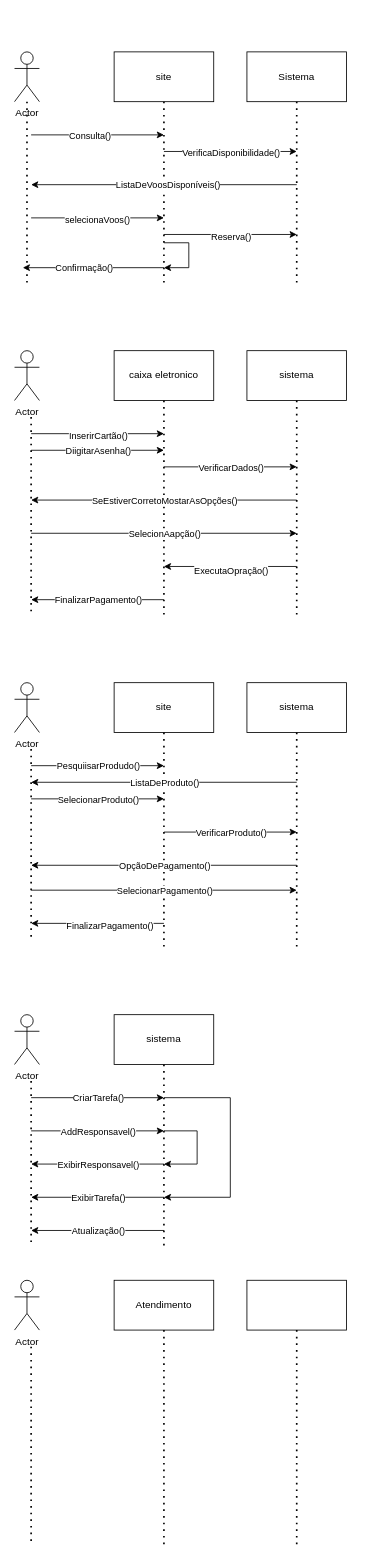
Earlier version of the draw.io diagram Diagrama sem nome.drawio (VTS2/aula22). Source tidied: cells renumbered, new cells numbered last; positions are measured from the earlier drawing's top-left corner, leaving out a move shared by most shapes. Both pictures are drawn from the tidied source at 83%, with x=0, y=0 at pixel (14, 51).
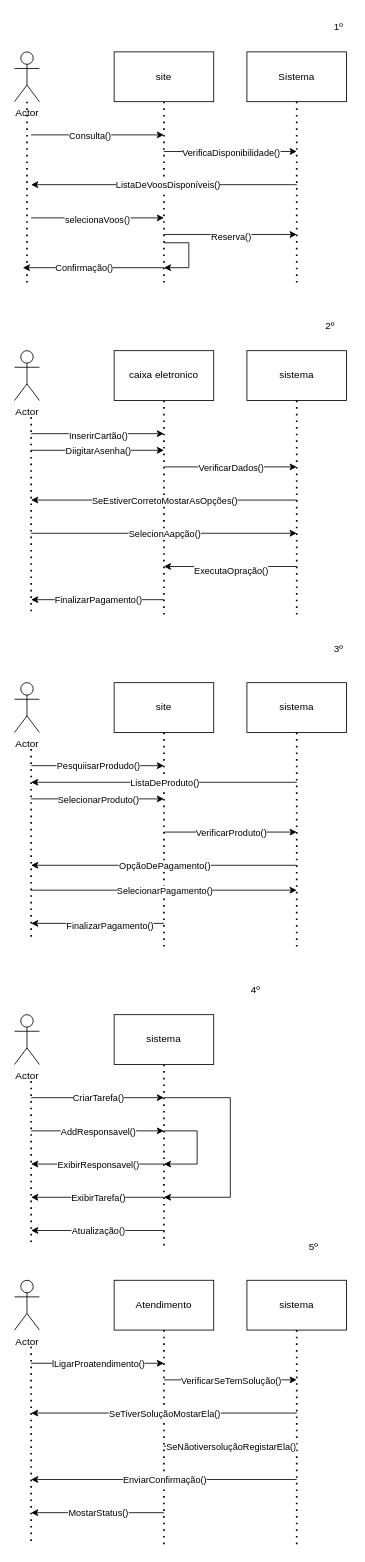
The same page after the edit.

The edit, as a diff of the source:
```diff
@@
-    <mxCell id="79" style="rounded=0;whiteSpace=wrap;html=1;" parent="1" vertex="1">
+    <mxCell id="79" value="sistema" style="rounded=0;whiteSpace=wrap;html=1;" parent="1" vertex="1">
       <mxGeometry x="280" y="1480" width="120" height="60" as="geometry" />
     </mxCell>
@@
+    <mxCell id="83" style="endArrow=classic;html=1;rounded=0;" parent="1" edge="1">
+      <mxGeometry relative="1" as="geometry">
+        <mxPoint x="20" y="1580" as="sourcePoint" />
+        <mxPoint x="180" y="1580" as="targetPoint" />
+      </mxGeometry>
+    </mxCell>
+    <mxCell id="84" value="lLigarProatendimento()" style="edgeLabel;html=1;align=center;verticalAlign=middle;" parent="83" vertex="1">
+      <mxGeometry relative="1" as="geometry" />
+    </mxCell>
+    <mxCell id="85" style="endArrow=classic;html=1;rounded=0;" parent="1" edge="1">
+      <mxGeometry relative="1" as="geometry">
+        <mxPoint x="180" y="1600" as="sourcePoint" />
+        <mxPoint x="340" y="1600" as="targetPoint" />
+      </mxGeometry>
+    </mxCell>
+    <mxCell id="86" value="VerificarSeTemSolução()" style="edgeLabel;html=1;align=center;verticalAlign=middle;" parent="85" vertex="1">
+      <mxGeometry relative="1" as="geometry" />
+    </mxCell>
+    <mxCell id="87" style="endArrow=classic;html=1;rounded=0;" parent="1" edge="1">
+      <mxGeometry relative="1" as="geometry">
+        <mxPoint x="340" y="1640" as="sourcePoint" />
+        <mxPoint x="20" y="1640" as="targetPoint" />
+      </mxGeometry>
+    </mxCell>
+    <mxCell id="88" value="SeTiverSoluçãoMostarEla()" style="edgeLabel;html=1;align=center;verticalAlign=middle;" parent="87" vertex="1">
+      <mxGeometry relative="1" as="geometry" />
+    </mxCell>
+    <mxCell id="89" style="endArrow=classic;html=1;rounded=0;" parent="1" edge="1">
+      <mxGeometry relative="1" as="geometry">
+        <mxPoint x="180" y="1680" as="sourcePoint" />
+        <mxPoint x="340" y="1680" as="targetPoint" />
+      </mxGeometry>
+    </mxCell>
+    <mxCell id="90" value="SeNãotiversoluçãoRegistarEla()" style="edgeLabel;html=1;align=center;verticalAlign=middle;" parent="89" vertex="1">
+      <mxGeometry relative="1" as="geometry" />
+    </mxCell>
+    <mxCell id="91" style="endArrow=classic;html=1;rounded=0;" parent="1" edge="1">
+      <mxGeometry relative="1" as="geometry">
+        <mxPoint x="340" y="1720" as="sourcePoint" />
+        <mxPoint x="20" y="1720" as="targetPoint" />
+      </mxGeometry>
+    </mxCell>
+    <mxCell id="92" value="EnviarConfirmação()" style="edgeLabel;html=1;align=center;verticalAlign=middle;" parent="91" vertex="1">
+      <mxGeometry relative="1" as="geometry" />
+    </mxCell>
+    <mxCell id="93" style="endArrow=classic;html=1;rounded=0;" parent="1" edge="1">
+      <mxGeometry relative="1" as="geometry">
+        <mxPoint x="180" y="1760" as="sourcePoint" />
+        <mxPoint x="20" y="1760" as="targetPoint" />
+      </mxGeometry>
+    </mxCell>
+    <mxCell id="94" value="MostarStatus()" style="edgeLabel;html=1;align=center;verticalAlign=middle;" parent="93" vertex="1">
+      <mxGeometry relative="1" as="geometry" />
+    </mxCell>
+    <mxCell id="95" value="1º" style="text;html=1;align=center;verticalAlign=middle;strokeColor=none;fillColor=none;" parent="1" vertex="1">
+      <mxGeometry x="375" y="-45" width="30" height="30" as="geometry" />
+    </mxCell>
+    <mxCell id="96" value="2º" style="text;html=1;align=center;verticalAlign=middle;strokeColor=none;fillColor=none;" parent="1" vertex="1">
+      <mxGeometry x="365" y="315" width="30" height="30" as="geometry" />
+    </mxCell>
+    <mxCell id="97" value="3º" style="text;html=1;align=center;verticalAlign=middle;strokeColor=none;fillColor=none;" parent="1" vertex="1">
+      <mxGeometry x="375" y="705" width="30" height="30" as="geometry" />
+    </mxCell>
+    <mxCell id="98" value="4º" style="text;html=1;align=center;verticalAlign=middle;strokeColor=none;fillColor=none;" parent="1" vertex="1">
+      <mxGeometry x="275" y="1115" width="30" height="30" as="geometry" />
+    </mxCell>
+    <mxCell id="99" value="5º" style="text;html=1;align=center;verticalAlign=middle;strokeColor=none;fillColor=none;" parent="1" vertex="1">
+      <mxGeometry x="345" y="1425" width="30" height="30" as="geometry" />
+    </mxCell>
```
